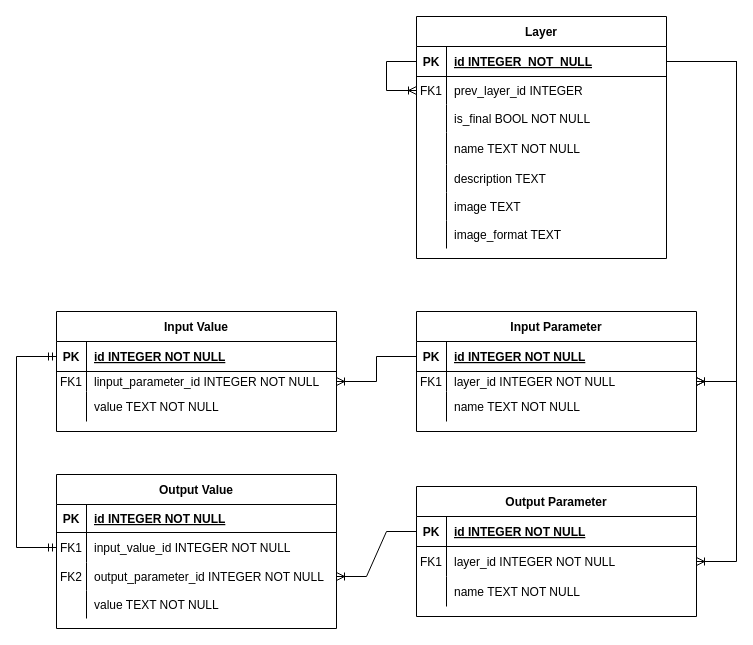
Before: Entity Relationship diagram.drawio in Zergulina/comb_program, a draw.io diagram. Source tidied: cells renumbered, new cells numbered last; positions are measured from the earlier drawing's top-left corner, leaving out a move shared by most shapes. Both pictures are drawn from the tidied source at 100%, with x=0, y=0 at pixel (16, 16).
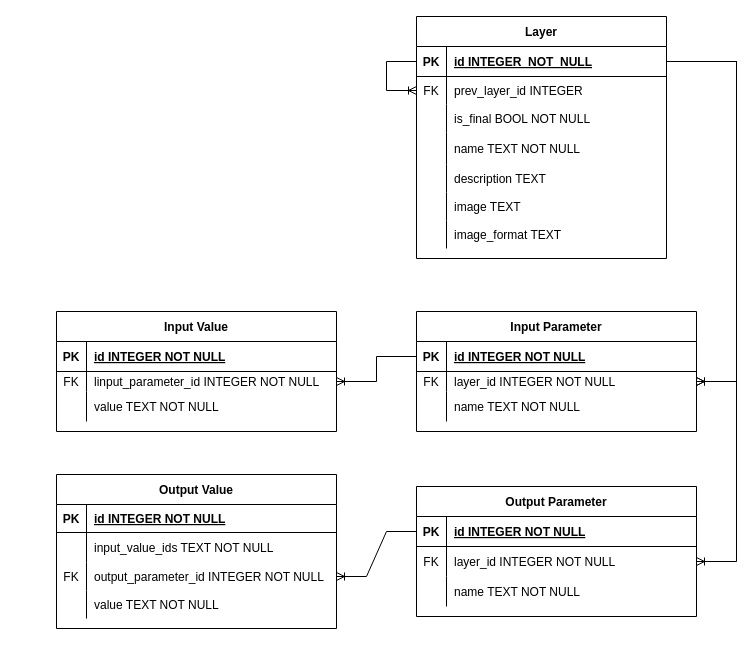
The same diagram, later.

Unchanged cells that the change refers to:
```xml
<mxCell id="6" style="shape=partialRectangle;fillColor=none;points=[[0,0.5],[1,0.5]];portConstraint=eastwest;top=0;left=0;right=0;bottom=0;" parent="2" vertex="1">
  <mxGeometry y="60" width="250" height="28" as="geometry" />
</mxCell>
<mxCell id="29" style="shape=partialRectangle;fillColor=none;points=[[0,0.5],[1,0.5]];portConstraint=eastwest;top=0;left=0;right=0;bottom=0;" parent="25" vertex="1">
  <mxGeometry y="60" width="280" height="20" as="geometry" />
</mxCell>
<mxCell id="39" style="shape=partialRectangle;fillColor=none;points=[[0,0.5],[1,0.5]];portConstraint=eastwest;top=0;left=0;right=0;bottom=0;" parent="35" vertex="1">
  <mxGeometry y="60" width="280" height="30" as="geometry" />
</mxCell>
<mxCell id="49" style="shape=partialRectangle;fillColor=none;points=[[0,0.5],[1,0.5]];portConstraint=eastwest;top=0;left=0;right=0;bottom=0;" parent="45" vertex="1">
  <mxGeometry y="58" width="280" height="30" as="geometry" />
</mxCell>
<mxCell id="52" style="shape=partialRectangle;fillColor=none;points=[[0,0.5],[1,0.5]];portConstraint=eastwest;top=0;left=0;right=0;bottom=0;" parent="45" vertex="1">
  <mxGeometry y="88" width="280" height="28" as="geometry" />
</mxCell>
<mxCell id="63" style="shape=partialRectangle;fillColor=none;points=[[0,0.5],[1,0.5]];portConstraint=eastwest;top=0;left=0;right=0;bottom=1;" parent="62" vertex="1">
  <mxGeometry y="30" width="280" height="30" as="geometry" />
</mxCell>
<mxCell id="66" style="shape=partialRectangle;fillColor=none;points=[[0,0.5],[1,0.5]];portConstraint=eastwest;top=0;left=0;right=0;bottom=0;" parent="62" vertex="1">
  <mxGeometry y="60" width="280" height="20" as="geometry" />
</mxCell>
```

Change to the diagram source:
```diff
@@
-    <mxCell id="7" value="FK1" style="shape=partialRectangle;overflow=hidden;fillColor=none;top=0;left=0;bottom=0;right=0;" parent="6" vertex="1">
+    <mxCell id="7" value="FK" style="shape=partialRectangle;overflow=hidden;fillColor=none;top=0;left=0;bottom=0;right=0;" parent="6" vertex="1">
       <mxGeometry width="30" height="28" as="geometry" />
     </mxCell>
@@
-    <mxCell id="30" value="FK1" style="shape=partialRectangle;overflow=hidden;fillColor=none;top=0;left=0;bottom=0;right=0;" parent="29" vertex="1">
+    <mxCell id="30" value="FK" style="shape=partialRectangle;overflow=hidden;fillColor=none;top=0;left=0;bottom=0;right=0;" parent="29" vertex="1">
       <mxGeometry width="30" height="20" as="geometry" />
     </mxCell>
@@
-    <mxCell id="40" value="FK1" style="shape=partialRectangle;overflow=hidden;fillColor=none;top=0;left=0;bottom=0;right=0;" parent="39" vertex="1">
+    <mxCell id="40" value="FK" style="shape=partialRectangle;overflow=hidden;fillColor=none;top=0;left=0;bottom=0;right=0;" parent="39" vertex="1">
       <mxGeometry width="30" height="30" as="geometry" />
     </mxCell>
@@
-    <mxCell id="50" value="FK1" style="shape=partialRectangle;overflow=hidden;fillColor=none;top=0;left=0;bottom=0;right=0;fontStyle=0;" parent="49" vertex="1">
+    <mxCell id="50" style="shape=partialRectangle;overflow=hidden;fillColor=none;top=0;left=0;bottom=0;right=0;fontStyle=0;" parent="49" vertex="1">
       <mxGeometry width="30" height="30" as="geometry" />
     </mxCell>
-    <mxCell id="51" value="input_value_id INTEGER NOT NULL" style="shape=partialRectangle;overflow=hidden;fillColor=none;top=0;left=0;bottom=0;right=0;align=left;spacingLeft=6;fontStyle=0;" parent="49" vertex="1">
+    <mxCell id="51" value="input_value_ids TEXT NOT NULL" style="shape=partialRectangle;overflow=hidden;fillColor=none;top=0;left=0;bottom=0;right=0;align=left;spacingLeft=6;fontStyle=0;" parent="49" vertex="1">
       <mxGeometry x="30" width="250" height="30" as="geometry" />
     </mxCell>
@@
-    <mxCell id="53" value="FK2" style="shape=partialRectangle;overflow=hidden;fillColor=none;top=0;left=0;bottom=0;right=0;fontStyle=0;" parent="52" vertex="1">
+    <mxCell id="53" value="FK" style="shape=partialRectangle;overflow=hidden;fillColor=none;top=0;left=0;bottom=0;right=0;fontStyle=0;" parent="52" vertex="1">
       <mxGeometry width="30" height="28" as="geometry" />
     </mxCell>
@@
-    <mxCell id="67" value="FK1" style="shape=partialRectangle;overflow=hidden;fillColor=none;top=0;left=0;bottom=0;right=0;" parent="66" vertex="1">
+    <mxCell id="67" value="FK" style="shape=partialRectangle;overflow=hidden;fillColor=none;top=0;left=0;bottom=0;right=0;" parent="66" vertex="1">
       <mxGeometry width="30" height="20" as="geometry" />
     </mxCell>
@@
-    <mxCell id="72" style="edgeStyle=orthogonalEdgeStyle;fontSize=12;html=1;endArrow=ERmandOne;startArrow=ERmandOne;rounded=0;exitX=0;exitY=0.5;exitDx=0;exitDy=0;entryX=0;entryY=0.5;entryDx=0;entryDy=0;" parent="1" edge="1" source="49" target="63">
-      <mxGeometry relative="1" as="geometry">
-        <Array as="points">
-          <mxPoint y="531" />
-          <mxPoint y="340" />
-        </Array>
-      </mxGeometry>
-    </mxCell>
```
